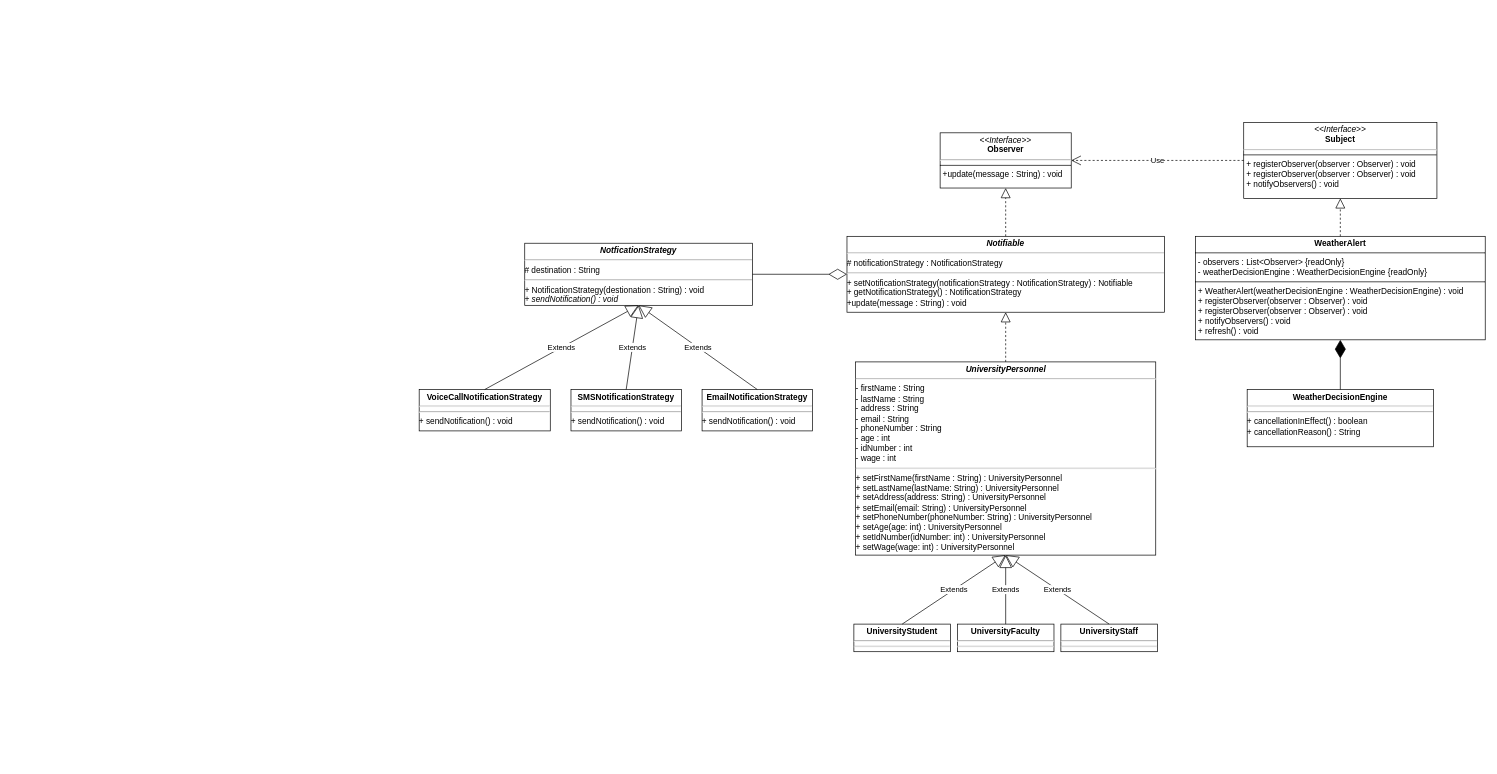
Earlier version of the draw.io diagram Assignment 3/WeatherAlertSystem-UML-Class-Diagram.drawio (dragon5201111/Drexel-University-SE-211-Introduction-to-Software-Design). Source tidied: cells renumbered, new cells numbered last; positions are measured from the earlier drawing's top-left corner, leaving out a move shared by most shapes. Both pictures are drawn from the tidied source at 69%, with x=0, y=0 at pixel (419, 122).
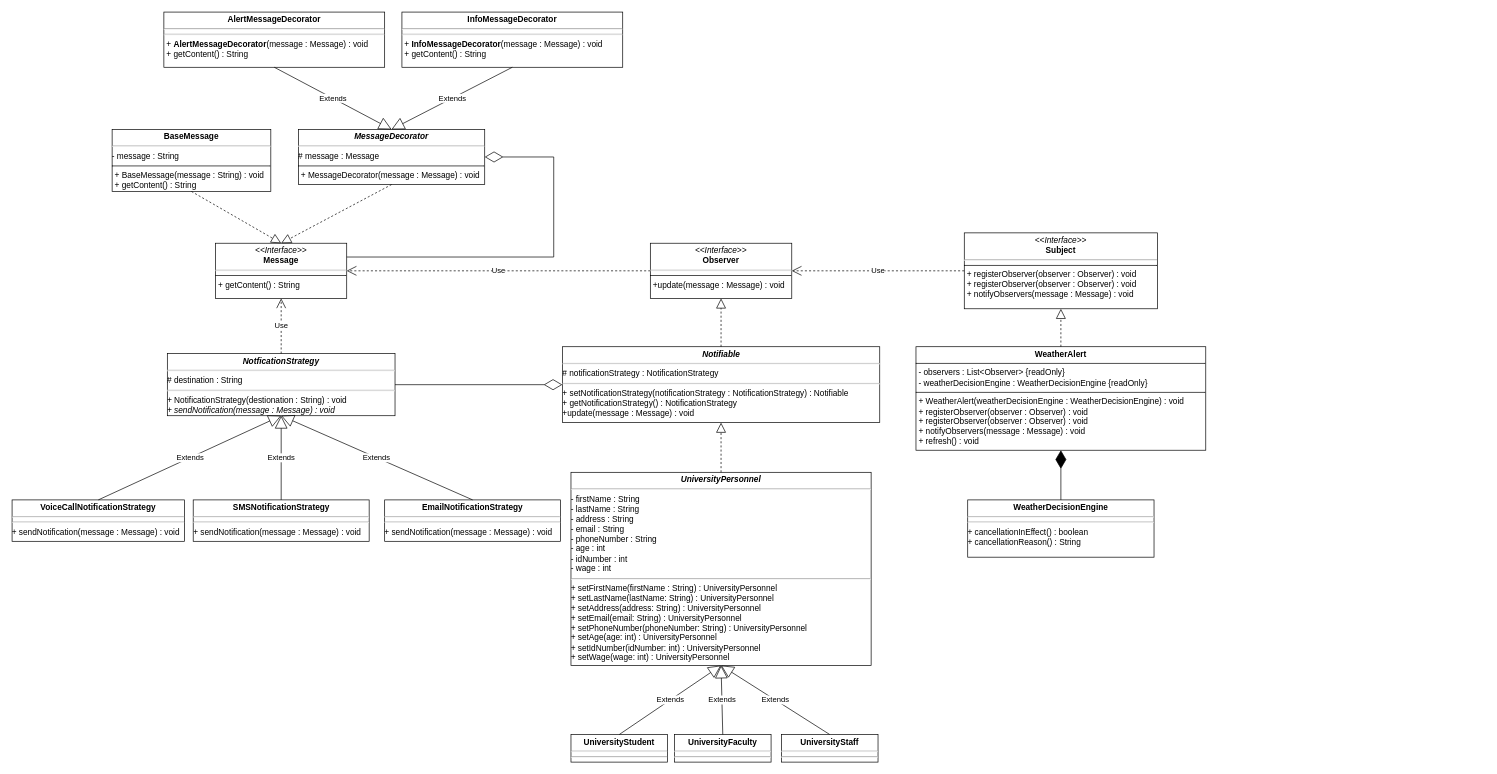
Above is the later version.

Change to the diagram source:
```diff
@@
-    <mxCell id="2" value="&lt;p style=&quot;margin:0px;margin-top:4px;text-align:center;&quot;&gt;&lt;i&gt;&amp;lt;&amp;lt;Interface&amp;gt;&amp;gt;&lt;/i&gt;&lt;br&gt;&lt;b&gt;Observer&lt;/b&gt;&lt;/p&gt;&lt;hr&gt;&lt;hr size=&quot;1&quot; style=&quot;border-style:solid;&quot;&gt;&lt;p style=&quot;margin:0px;margin-left:4px;&quot;&gt;+update(message : String) : void&lt;/p&gt;" style="verticalAlign=top;align=left;overflow=fill;html=1;whiteSpace=wrap;" parent="1" vertex="1">
-      <mxGeometry x="755" y="15" width="190" height="80" as="geometry" />
+    <mxCell id="2" value="&lt;p style=&quot;margin:0px;margin-top:4px;text-align:center;&quot;&gt;&lt;i&gt;&amp;lt;&amp;lt;Interface&amp;gt;&amp;gt;&lt;/i&gt;&lt;br&gt;&lt;b&gt;Observer&lt;/b&gt;&lt;/p&gt;&lt;hr&gt;&lt;hr size=&quot;1&quot; style=&quot;border-style:solid;&quot;&gt;&lt;p style=&quot;margin:0px;margin-left:4px;&quot;&gt;+update(message : Message) : void&lt;/p&gt;" style="verticalAlign=top;align=left;overflow=fill;html=1;whiteSpace=wrap;" parent="1" vertex="1">
+      <mxGeometry x="335" y="175" width="205" height="80" as="geometry" />
     </mxCell>
-    <mxCell id="3" value="&lt;p style=&quot;margin:0px;margin-top:4px;text-align:center;&quot;&gt;&lt;i&gt;&amp;lt;&amp;lt;Interface&amp;gt;&amp;gt;&lt;/i&gt;&lt;br&gt;&lt;b&gt;Subject&lt;/b&gt;&lt;/p&gt;&lt;hr&gt;&lt;hr size=&quot;1&quot; style=&quot;border-style:solid;&quot;&gt;&lt;p style=&quot;margin:0px;margin-left:4px;&quot;&gt;+ registerObserver(observer : Observer) : void&lt;/p&gt;&lt;p style=&quot;margin:0px;margin-left:4px;&quot;&gt;+ registerObserver(observer : Observer) : void&lt;/p&gt;&lt;p style=&quot;margin:0px;margin-left:4px;&quot;&gt;+ notifyObservers() : void&lt;/p&gt;" style="verticalAlign=top;align=left;overflow=fill;html=1;whiteSpace=wrap;" parent="1" vertex="1">
-      <mxGeometry x="1195" width="280" height="110" as="geometry" />
+    <mxCell id="3" value="&lt;p style=&quot;margin:0px;margin-top:4px;text-align:center;&quot;&gt;&lt;i&gt;&amp;lt;&amp;lt;Interface&amp;gt;&amp;gt;&lt;/i&gt;&lt;br&gt;&lt;b&gt;Subject&lt;/b&gt;&lt;/p&gt;&lt;hr&gt;&lt;hr size=&quot;1&quot; style=&quot;border-style:solid;&quot;&gt;&lt;p style=&quot;margin:0px;margin-left:4px;&quot;&gt;+ registerObserver(observer : Observer) : void&lt;/p&gt;&lt;p style=&quot;margin:0px;margin-left:4px;&quot;&gt;+ registerObserver(observer : Observer) : void&lt;/p&gt;&lt;p style=&quot;margin:0px;margin-left:4px;&quot;&gt;+ notifyObservers(message : Message) : void&lt;/p&gt;" style="verticalAlign=top;align=left;overflow=fill;html=1;whiteSpace=wrap;" parent="1" vertex="1">
+      <mxGeometry x="790" y="160" width="280" height="110" as="geometry" />
     </mxCell>
-    <mxCell id="4" value="&lt;p style=&quot;margin:0px;margin-top:4px;text-align:center;&quot;&gt;&lt;b&gt;WeatherAlert&lt;/b&gt;&lt;/p&gt;&lt;hr size=&quot;1&quot; style=&quot;border-style:solid;&quot;&gt;&lt;p style=&quot;margin:0px;margin-left:4px;&quot;&gt;- observers : List&amp;lt;Observer&amp;gt; {readOnly}&lt;/p&gt;&lt;p style=&quot;margin:0px;margin-left:4px;&quot;&gt;- weatherDecisionEngine : WeatherDecisionEngine {readOnly}&lt;/p&gt;&lt;hr size=&quot;1&quot; style=&quot;border-style:solid;&quot;&gt;&lt;p style=&quot;margin: 0px 0px 0px 4px;&quot;&gt;+ WeatherAlert(&lt;span style=&quot;background-color: transparent; color: light-dark(rgb(0, 0, 0), rgb(255, 255, 255));&quot;&gt;weatherDecisionEngine : WeatherDecisionEngine) : void&lt;/span&gt;&lt;/p&gt;&lt;p style=&quot;margin: 0px 0px 0px 4px;&quot;&gt;+ registerObserver(observer : Observer) : void&lt;/p&gt;&lt;p style=&quot;margin: 0px 0px 0px 4px;&quot;&gt;+ registerObserver(observer : Observer) : void&lt;/p&gt;&lt;p style=&quot;margin: 0px 0px 0px 4px;&quot;&gt;+ notifyObservers() : void&lt;/p&gt;&lt;p style=&quot;margin: 0px 0px 0px 4px;&quot;&gt;+ refresh() : void&lt;/p&gt;" style="verticalAlign=top;align=left;overflow=fill;html=1;whiteSpace=wrap;" parent="1" vertex="1">
-      <mxGeometry x="1125" y="165" width="420" height="150" as="geometry" />
+    <mxCell id="4" value="&lt;p style=&quot;margin:0px;margin-top:4px;text-align:center;&quot;&gt;&lt;b&gt;WeatherAlert&lt;/b&gt;&lt;/p&gt;&lt;hr size=&quot;1&quot; style=&quot;border-style:solid;&quot;&gt;&lt;p style=&quot;margin:0px;margin-left:4px;&quot;&gt;- observers : List&amp;lt;Observer&amp;gt; {readOnly}&lt;/p&gt;&lt;p style=&quot;margin:0px;margin-left:4px;&quot;&gt;- weatherDecisionEngine : WeatherDecisionEngine {readOnly}&lt;/p&gt;&lt;hr size=&quot;1&quot; style=&quot;border-style:solid;&quot;&gt;&lt;p style=&quot;margin: 0px 0px 0px 4px;&quot;&gt;+ WeatherAlert(&lt;span style=&quot;background-color: transparent; color: light-dark(rgb(0, 0, 0), rgb(255, 255, 255));&quot;&gt;weatherDecisionEngine : WeatherDecisionEngine) : void&lt;/span&gt;&lt;/p&gt;&lt;p style=&quot;margin: 0px 0px 0px 4px;&quot;&gt;+ registerObserver(observer : Observer) : void&lt;/p&gt;&lt;p style=&quot;margin: 0px 0px 0px 4px;&quot;&gt;+ registerObserver(observer : Observer) : void&lt;/p&gt;&lt;p style=&quot;margin: 0px 0px 0px 4px;&quot;&gt;+ notifyObservers(message : Message) : void&lt;/p&gt;&lt;p style=&quot;margin: 0px 0px 0px 4px;&quot;&gt;+ refresh() : void&lt;/p&gt;" style="verticalAlign=top;align=left;overflow=fill;html=1;whiteSpace=wrap;" parent="1" vertex="1">
+      <mxGeometry x="720" y="325" width="420" height="150" as="geometry" />
     </mxCell>
@@
     <mxCell id="7" value="&lt;p style=&quot;margin:0px;margin-top:4px;text-align:center;&quot;&gt;&lt;b&gt;WeatherDecisionEngine&lt;/b&gt;&lt;/p&gt;&lt;hr&gt;&lt;hr&gt;+ cancellationInEffect() : boolean&lt;div&gt;+ cancellationReason() : String&lt;/div&gt;" style="verticalAlign=top;align=left;overflow=fill;html=1;whiteSpace=wrap;" parent="1" vertex="1">
-      <mxGeometry x="1200" y="387" width="270" height="83" as="geometry" />
+      <mxGeometry x="795" y="547" width="270" height="83" as="geometry" />
     </mxCell>
-    <mxCell id="8" value="&lt;p style=&quot;margin:0px;margin-top:4px;text-align:center;&quot;&gt;&lt;b&gt;&lt;i&gt;Notifiable&lt;/i&gt;&lt;/b&gt;&lt;/p&gt;&lt;hr&gt;# notificationStrategy : NotificationStrategy&lt;br&gt;&lt;hr&gt;+ setNotificationStrategy(notificationStrategy : NotificationStrategy) : Notifiable&lt;div&gt;+ getNotificationStrategy() : NotificationStrategy&lt;/div&gt;&lt;div&gt;+update(message : String) : void&lt;/div&gt;&lt;div&gt;&lt;br&gt;&lt;/div&gt;" style="verticalAlign=top;align=left;overflow=fill;html=1;whiteSpace=wrap;" parent="1" vertex="1">
-      <mxGeometry x="620" y="165" width="460" height="110" as="geometry" />
+    <mxCell id="8" value="&lt;p style=&quot;margin:0px;margin-top:4px;text-align:center;&quot;&gt;&lt;b&gt;&lt;i&gt;Notifiable&lt;/i&gt;&lt;/b&gt;&lt;/p&gt;&lt;hr&gt;# notificationStrategy : NotificationStrategy&lt;br&gt;&lt;hr&gt;+ setNotificationStrategy(notificationStrategy : NotificationStrategy) : Notifiable&lt;div&gt;+ getNotificationStrategy() : NotificationStrategy&lt;/div&gt;&lt;div&gt;+update(message : Message) : void&lt;/div&gt;&lt;div&gt;&lt;br&gt;&lt;/div&gt;" style="verticalAlign=top;align=left;overflow=fill;html=1;whiteSpace=wrap;" parent="1" vertex="1">
+      <mxGeometry x="207.5" y="325" width="460" height="110" as="geometry" />
     </mxCell>
@@
     <mxCell id="10" value="&lt;p style=&quot;margin:0px;margin-top:4px;text-align:center;&quot;&gt;&lt;b&gt;&lt;i&gt;UniversityPersonnel&lt;/i&gt;&lt;/b&gt;&lt;/p&gt;&lt;hr&gt;- firstName : String&lt;div&gt;- lastName : String&lt;/div&gt;&lt;div&gt;- address : String&lt;/div&gt;&lt;div&gt;- email : String&lt;/div&gt;&lt;div&gt;- phoneNumber : String&lt;/div&gt;&lt;div&gt;- age : int&lt;/div&gt;&lt;div&gt;- idNumber : int&lt;/div&gt;&lt;div&gt;- wage : int&lt;br&gt;&lt;hr&gt;+ setFirstName(firstName : String) : UniversityPersonnel&lt;/div&gt;&lt;div&gt;+ setLastName(lastName: String) : UniversityPersonnel&lt;/div&gt;&lt;div&gt;+ setAddress(address: String) : UniversityPersonnel&lt;/div&gt;&lt;div&gt;+ setEmail(email: String) : UniversityPersonnel&lt;/div&gt;&lt;div&gt;+ setPhoneNumber(phoneNumber: String) : UniversityPersonnel&lt;/div&gt;&lt;div&gt;+ setAge(age: int) : UniversityPersonnel&lt;/div&gt;&lt;div&gt;+ setIdNumber(idNumber: int) : UniversityPersonnel&lt;/div&gt;&lt;div&gt;+ setWage(wage: int) : UniversityPersonnel&lt;/div&gt;" style="verticalAlign=top;align=left;overflow=fill;html=1;whiteSpace=wrap;" parent="1" vertex="1">
-      <mxGeometry x="632.5" y="347" width="435" height="280" as="geometry" />
+      <mxGeometry x="220" y="507" width="435" height="280" as="geometry" />
     </mxCell>
@@
     <mxCell id="12" value="&lt;p style=&quot;margin:0px;margin-top:4px;text-align:center;&quot;&gt;&lt;b&gt;UniversityStudent&lt;/b&gt;&lt;/p&gt;&lt;hr&gt;&lt;hr&gt;&lt;div style=&quot;height:2px;&quot;&gt;&lt;/div&gt;" style="verticalAlign=top;align=left;overflow=fill;html=1;whiteSpace=wrap;" parent="1" vertex="1">
-      <mxGeometry x="630" y="727" width="140" height="40" as="geometry" />
+      <mxGeometry x="220" y="887" width="140" height="40" as="geometry" />
     </mxCell>
     <mxCell id="13" value="&lt;p style=&quot;margin:0px;margin-top:4px;text-align:center;&quot;&gt;&lt;b style=&quot;background-color: transparent; color: light-dark(rgb(0, 0, 0), rgb(255, 255, 255));&quot;&gt;University&lt;/b&gt;&lt;b&gt;Faculty&lt;/b&gt;&lt;/p&gt;&lt;hr&gt;&lt;hr&gt;" style="verticalAlign=top;align=left;overflow=fill;html=1;whiteSpace=wrap;" parent="1" vertex="1">
-      <mxGeometry x="780" y="727" width="140" height="40" as="geometry" />
+      <mxGeometry x="370" y="887" width="140" height="40" as="geometry" />
     </mxCell>
@@
-    <mxCell id="16" value="&lt;p style=&quot;margin:0px;margin-top:4px;text-align:center;&quot;&gt;&lt;b&gt;&lt;i&gt;NotficationStrategy&lt;/i&gt;&lt;/b&gt;&lt;/p&gt;&lt;hr&gt;# destination : String&lt;hr&gt;&lt;i&gt;+ &lt;/i&gt;NotificationStrategy(destionation : String) : void&lt;br&gt;&lt;div&gt;&lt;i&gt;+ sendNotification() : void&lt;/i&gt;&lt;/div&gt;" style="verticalAlign=top;align=left;overflow=fill;html=1;whiteSpace=wrap;" parent="1" vertex="1">
-      <mxGeometry x="153" y="175" width="330" height="90" as="geometry" />
+    <mxCell id="16" value="&lt;p style=&quot;margin:0px;margin-top:4px;text-align:center;&quot;&gt;&lt;b&gt;&lt;i&gt;NotficationStrategy&lt;/i&gt;&lt;/b&gt;&lt;/p&gt;&lt;hr&gt;# destination : String&lt;hr&gt;&lt;i&gt;+ &lt;/i&gt;NotificationStrategy(destionation : String) : void&lt;br&gt;&lt;div&gt;&lt;i&gt;+ sendNotification(message : Message) : void&lt;/i&gt;&lt;/div&gt;" style="verticalAlign=top;align=left;overflow=fill;html=1;whiteSpace=wrap;" parent="1" vertex="1">
+      <mxGeometry x="-365" y="335" width="330" height="90" as="geometry" />
     </mxCell>
@@
-    <mxCell id="18" value="&lt;p style=&quot;margin:0px;margin-top:4px;text-align:center;&quot;&gt;&lt;b&gt;VoiceCallNotificationStrategy&lt;/b&gt;&lt;/p&gt;&lt;hr&gt;&lt;hr&gt;&lt;div style=&quot;height:2px;&quot;&gt;+ sendNotification() : void&lt;/div&gt;" style="verticalAlign=top;align=left;overflow=fill;html=1;whiteSpace=wrap;" parent="1" vertex="1">
-      <mxGeometry y="387" width="190" height="60" as="geometry" />
+    <mxCell id="18" value="&lt;p style=&quot;margin:0px;margin-top:4px;text-align:center;&quot;&gt;&lt;b&gt;VoiceCallNotificationStrategy&lt;/b&gt;&lt;/p&gt;&lt;hr&gt;&lt;hr&gt;&lt;div style=&quot;height:2px;&quot;&gt;+ sendNotification(message : Message) : void&lt;/div&gt;" style="verticalAlign=top;align=left;overflow=fill;html=1;whiteSpace=wrap;" parent="1" vertex="1">
+      <mxGeometry x="-590" y="547" width="250" height="60" as="geometry" />
     </mxCell>
-    <mxCell id="19" value="&lt;p style=&quot;margin:0px;margin-top:4px;text-align:center;&quot;&gt;&lt;b&gt;SMSNotificationStrategy&lt;/b&gt;&lt;/p&gt;&lt;hr&gt;&lt;div style=&quot;height:2px;&quot;&gt;&lt;hr&gt;+ sendNotification() : void&lt;/div&gt;" style="verticalAlign=top;align=left;overflow=fill;html=1;whiteSpace=wrap;" parent="1" vertex="1">
-      <mxGeometry x="220" y="387" width="160" height="60" as="geometry" />
+    <mxCell id="19" value="&lt;p style=&quot;margin:0px;margin-top:4px;text-align:center;&quot;&gt;&lt;b&gt;SMSNotificationStrategy&lt;/b&gt;&lt;/p&gt;&lt;hr&gt;&lt;div style=&quot;height:2px;&quot;&gt;&lt;hr&gt;+ sendNotification(message : Message) : void&lt;/div&gt;" style="verticalAlign=top;align=left;overflow=fill;html=1;whiteSpace=wrap;" parent="1" vertex="1">
+      <mxGeometry x="-327.5" y="547" width="255" height="60" as="geometry" />
     </mxCell>
-    <mxCell id="20" value="&lt;p style=&quot;margin:0px;margin-top:4px;text-align:center;&quot;&gt;&lt;b&gt;EmailNotificationStrategy&lt;/b&gt;&lt;/p&gt;&lt;hr&gt;&lt;hr&gt;&lt;div style=&quot;height:2px;&quot;&gt;+ sendNotification() : void&lt;/div&gt;" style="verticalAlign=top;align=left;overflow=fill;html=1;whiteSpace=wrap;" parent="1" vertex="1">
-      <mxGeometry x="410" y="387" width="160" height="60" as="geometry" />
+    <mxCell id="20" value="&lt;p style=&quot;margin:0px;margin-top:4px;text-align:center;&quot;&gt;&lt;b&gt;EmailNotificationStrategy&lt;/b&gt;&lt;/p&gt;&lt;hr&gt;&lt;hr&gt;&lt;div style=&quot;height:2px;&quot;&gt;+ sendNotification(message : Message) : void&lt;/div&gt;" style="verticalAlign=top;align=left;overflow=fill;html=1;whiteSpace=wrap;" parent="1" vertex="1">
+      <mxGeometry x="-50" y="547" width="255" height="60" as="geometry" />
     </mxCell>
@@
     <mxCell id="24" value="&lt;p style=&quot;margin:0px;margin-top:4px;text-align:center;&quot;&gt;&lt;b style=&quot;background-color: transparent; color: light-dark(rgb(0, 0, 0), rgb(255, 255, 255));&quot;&gt;University&lt;/b&gt;&lt;b&gt;Staff&lt;/b&gt;&lt;/p&gt;&lt;hr&gt;&lt;hr&gt;" style="verticalAlign=top;align=left;overflow=fill;html=1;whiteSpace=wrap;" parent="1" vertex="1">
-      <mxGeometry x="930" y="727" width="140" height="40" as="geometry" />
+      <mxGeometry x="525" y="887" width="140" height="40" as="geometry" />
     </mxCell>
@@
+    <mxCell id="27" value="&lt;p style=&quot;margin:0px;margin-top:4px;text-align:center;&quot;&gt;&lt;i&gt;&amp;lt;&amp;lt;Interface&amp;gt;&amp;gt;&lt;/i&gt;&lt;br&gt;&lt;b&gt;Message&lt;/b&gt;&lt;/p&gt;&lt;hr&gt;&lt;hr size=&quot;1&quot; style=&quot;border-style:solid;&quot;&gt;&lt;p style=&quot;margin:0px;margin-left:4px;&quot;&gt;+ getContent() : String&lt;/p&gt;" style="verticalAlign=top;align=left;overflow=fill;html=1;whiteSpace=wrap;" parent="1" vertex="1">
+      <mxGeometry x="-295" y="175" width="190" height="80" as="geometry" />
+    </mxCell>
+    <mxCell id="28" value="Use" style="endArrow=open;endSize=12;dashed=1;html=1;rounded=0;exitX=0.5;exitY=0;exitDx=0;exitDy=0;entryX=0.5;entryY=1;entryDx=0;entryDy=0;" parent="1" edge="1" source="16" target="27">
+      <mxGeometry relative="1" as="geometry" />
+    </mxCell>
+    <mxCell id="29" value="&lt;p style=&quot;margin:0px;margin-top:4px;text-align:center;&quot;&gt;&lt;b&gt;BaseMessage&lt;/b&gt;&lt;/p&gt;&lt;hr&gt;- message : String&lt;hr size=&quot;1&quot; style=&quot;border-style:solid;&quot;&gt;&lt;p style=&quot;margin:0px;margin-left:4px;&quot;&gt;+ BaseMessage(message : String) : void&lt;/p&gt;&lt;p style=&quot;margin:0px;margin-left:4px;&quot;&gt;+ getContent() : String&lt;/p&gt;" style="verticalAlign=top;align=left;overflow=fill;html=1;whiteSpace=wrap;" parent="1" vertex="1">
+      <mxGeometry x="-445" y="10" width="230" height="90" as="geometry" />
+    </mxCell>
+    <mxCell id="30" value="&lt;p style=&quot;margin:0px;margin-top:4px;text-align:center;&quot;&gt;&lt;b&gt;&lt;i&gt;MessageDecorator&lt;/i&gt;&lt;/b&gt;&lt;/p&gt;&lt;hr&gt;# message : Message&lt;br&gt;&lt;hr size=&quot;1&quot; style=&quot;border-style:solid;&quot;&gt;&lt;p style=&quot;margin:0px;margin-left:4px;&quot;&gt;+ MessageDecorator(message : Message) : void&lt;/p&gt;" style="verticalAlign=top;align=left;overflow=fill;html=1;whiteSpace=wrap;" parent="1" vertex="1">
+      <mxGeometry x="-175" y="10" width="270" height="80" as="geometry" />
+    </mxCell>
+    <mxCell id="31" style="endArrow=block;dashed=1;endFill=0;endSize=12;html=1;rounded=0;exitX=0.5;exitY=1;exitDx=0;exitDy=0;entryX=0.5;entryY=0;entryDx=0;entryDy=0;" parent="1" edge="1" source="29" target="27">
+      <mxGeometry relative="1" as="geometry" />
+    </mxCell>
+    <mxCell id="32" style="endArrow=block;dashed=1;endFill=0;endSize=12;html=1;rounded=0;exitX=0.5;exitY=1;exitDx=0;exitDy=0;entryX=0.5;entryY=0;entryDx=0;entryDy=0;" parent="1" edge="1" source="30" target="27">
+      <mxGeometry relative="1" as="geometry" />
+    </mxCell>
+    <mxCell id="33" style="endArrow=diamondThin;endFill=0;endSize=24;html=1;rounded=0;exitX=1;exitY=0.25;exitDx=0;exitDy=0;entryX=1;entryY=0.5;entryDx=0;entryDy=0;" parent="1" edge="1" source="27" target="30">
+      <mxGeometry relative="1" as="geometry">
+        <Array as="points">
+          <mxPoint x="195" y="195" />
+          <mxPoint x="195" y="50" />
+        </Array>
+      </mxGeometry>
+    </mxCell>
+    <mxCell id="34" value="&lt;p style=&quot;margin:0px;margin-top:4px;text-align:center;&quot;&gt;&lt;b&gt;InfoMessageDecorator&lt;/b&gt;&lt;/p&gt;&lt;hr&gt;&lt;hr&gt;&lt;p style=&quot;margin:0px;margin-left:4px;&quot;&gt;+&amp;nbsp;&lt;b style=&quot;text-align: center;&quot;&gt;InfoMessageDecorator&lt;/b&gt;(message : Message) : void&lt;/p&gt;&lt;p style=&quot;margin:0px;margin-left:4px;&quot;&gt;+ getContent() : String&lt;/p&gt;" style="verticalAlign=top;align=left;overflow=fill;html=1;whiteSpace=wrap;" parent="1" vertex="1">
+      <mxGeometry x="-25" y="-160" width="320" height="80" as="geometry" />
+    </mxCell>
+    <mxCell id="35" value="&lt;p style=&quot;margin:0px;margin-top:4px;text-align:center;&quot;&gt;&lt;b&gt;AlertMessageDecorator&lt;/b&gt;&lt;/p&gt;&lt;hr&gt;&lt;hr&gt;&lt;p style=&quot;margin:0px;margin-left:4px;&quot;&gt;+&amp;nbsp;&lt;b style=&quot;text-align: center;&quot;&gt;AlertMessageDecorator&lt;/b&gt;(message : Message) : void&lt;/p&gt;&lt;p style=&quot;margin:0px;margin-left:4px;&quot;&gt;+ getContent() : String&lt;/p&gt;" style="verticalAlign=top;align=left;overflow=fill;html=1;whiteSpace=wrap;" parent="1" vertex="1">
+      <mxGeometry x="-370" y="-160" width="320" height="80" as="geometry" />
+    </mxCell>
+    <mxCell id="36" value="Extends" style="endArrow=block;endSize=16;endFill=0;html=1;rounded=0;exitX=0.5;exitY=1;exitDx=0;exitDy=0;entryX=0.5;entryY=0;entryDx=0;entryDy=0;" parent="1" edge="1" source="35" target="30">
+      <mxGeometry relative="1" as="geometry" />
+    </mxCell>
+    <mxCell id="37" value="Extends" style="endArrow=block;endSize=16;endFill=0;html=1;rounded=0;exitX=0.5;exitY=1;exitDx=0;exitDy=0;entryX=0.5;entryY=0;entryDx=0;entryDy=0;" parent="1" edge="1" source="34" target="30">
+      <mxGeometry relative="1" as="geometry" />
+    </mxCell>
+    <mxCell id="38" value="Use" style="endArrow=open;endSize=12;dashed=1;html=1;rounded=0;exitX=0;exitY=0.5;exitDx=0;exitDy=0;entryX=1;entryY=0.5;entryDx=0;entryDy=0;" parent="1" edge="1" source="2" target="27">
+      <mxGeometry relative="1" as="geometry" />
+    </mxCell>
```
